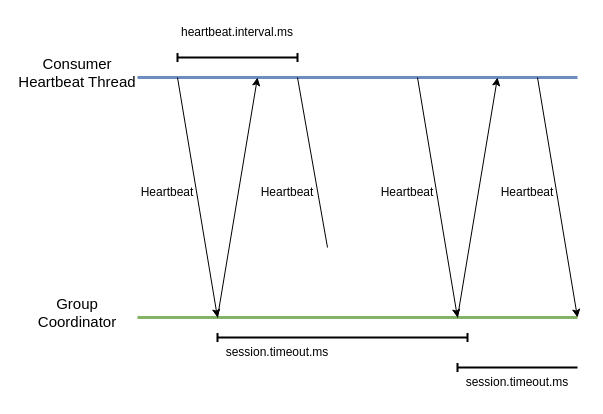
The draw.io diagram drawio/kafka/kafka-rebalancing-bg-info-7.drawio in windowforsun/blog, before the edit. Source tidied: cells renumbered, new cells numbered last; positions are measured from the earlier drawing's top-left corner, leaving out a move shared by most shapes. Both pictures are drawn from the tidied source at 100%, with x=0, y=0 at pixel (17, 17).
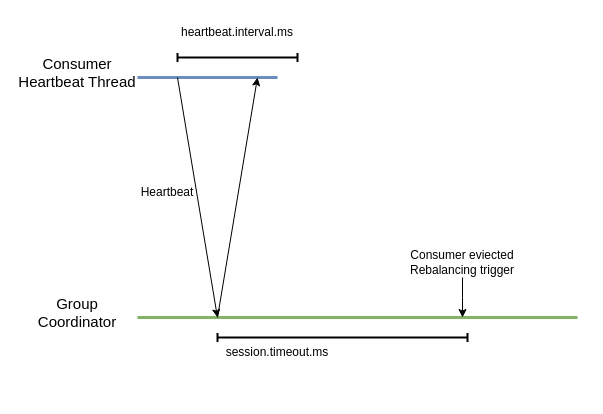
The same page after the edit.

What changed in the source:
```diff
@@
     <mxCell id="2" style="endArrow=none;html=1;rounded=0;strokeWidth=3;fillColor=#dae8fc;strokeColor=#6c8ebf;" parent="1" edge="1">
       <mxGeometry relative="1" as="geometry">
         <mxPoint x="120" y="60" as="sourcePoint" />
-        <mxPoint x="560" y="60" as="targetPoint" />
+        <mxPoint x="260" y="60" as="targetPoint" />
       </mxGeometry>
     </mxCell>
@@
-    <mxCell id="7" style="endArrow=none;html=1;rounded=0;endFill=0;" parent="1" edge="1">
-      <mxGeometry relative="1" as="geometry">
-        <mxPoint x="280" y="60" as="sourcePoint" />
-        <mxPoint x="310" y="230" as="targetPoint" />
-      </mxGeometry>
-    </mxCell>
@@
-    <mxCell id="10" value="Heartbeat" style="text;html=1;strokeColor=none;fillColor=none;align=center;verticalAlign=middle;whiteSpace=wrap;rounded=0;" parent="1" vertex="1">
-      <mxGeometry x="240" y="160" width="60" height="30" as="geometry" />
-    </mxCell>
-    <mxCell id="11" value="Heartbeat" style="text;html=1;strokeColor=none;fillColor=none;align=center;verticalAlign=middle;whiteSpace=wrap;rounded=0;" parent="1" vertex="1">
-      <mxGeometry x="360" y="160" width="60" height="30" as="geometry" />
-    </mxCell>
-    <mxCell id="12" style="endArrow=baseDash;html=1;rounded=0;endFill=0;startArrow=none;startFill=0;strokeWidth=2;exitX=1;exitY=0;exitDx=0;exitDy=0;" parent="1" edge="1" source="15">
-      <mxGeometry relative="1" as="geometry">
-        <mxPoint x="440" y="350" as="targetPoint" />
-      </mxGeometry>
-    </mxCell>
@@
-    <mxCell id="15" value="session.timeout.ms" style="text;html=1;strokeColor=none;fillColor=none;align=center;verticalAlign=middle;whiteSpace=wrap;rounded=0;" parent="1" vertex="1">
-      <mxGeometry x="440" y="350" width="120" height="30" as="geometry" />
-    </mxCell>
@@
-    <mxCell id="18" style="endArrow=classic;html=1;rounded=0;" parent="1" edge="1">
-      <mxGeometry relative="1" as="geometry">
-        <mxPoint x="400" y="60" as="sourcePoint" />
-        <mxPoint x="440" y="300" as="targetPoint" />
-      </mxGeometry>
-    </mxCell>
-    <mxCell id="19" style="endArrow=classic;html=1;rounded=0;" parent="1" edge="1">
-      <mxGeometry relative="1" as="geometry">
-        <mxPoint x="440" y="300" as="sourcePoint" />
-        <mxPoint x="480" y="60" as="targetPoint" />
-      </mxGeometry>
-    </mxCell>
-    <mxCell id="20" style="endArrow=classic;html=1;rounded=0;" parent="1" edge="1">
-      <mxGeometry relative="1" as="geometry">
-        <mxPoint x="520" y="60" as="sourcePoint" />
-        <mxPoint x="560" y="300" as="targetPoint" />
-      </mxGeometry>
-    </mxCell>
-    <mxCell id="21" value="Heartbeat" style="text;html=1;strokeColor=none;fillColor=none;align=center;verticalAlign=middle;whiteSpace=wrap;rounded=0;" parent="1" vertex="1">
-      <mxGeometry x="480" y="160" width="60" height="30" as="geometry" />
-    </mxCell>
+    <mxCell id="22" style="edgeStyle=orthogonalEdgeStyle;rounded=0;jettySize=auto;html=1;" parent="1" edge="1" source="23">
+      <mxGeometry relative="1" as="geometry">
+        <mxPoint x="445" y="300" as="targetPoint" />
+      </mxGeometry>
+    </mxCell>
+    <mxCell id="23" value="Consumer eviected&lt;br&gt;Rebalancing trigger" style="text;html=1;strokeColor=none;fillColor=none;align=center;verticalAlign=middle;whiteSpace=wrap;rounded=0;" parent="1" vertex="1">
+      <mxGeometry x="390" y="230" width="110" height="30" as="geometry" />
+    </mxCell>
```
